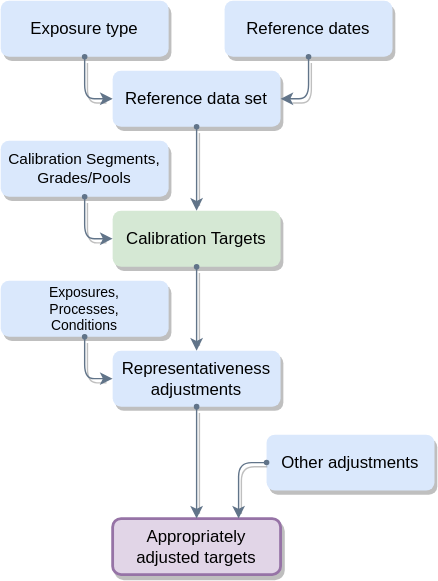
Before: docs/media/risk_quantification.drawio.svg, a diagram exported from draw.io (bergberg/eduquant-courses). Source tidied: cells renumbered, new cells last; positions are measured from the earlier drawing's top-left corner, leaving out a move shared by most shapes.
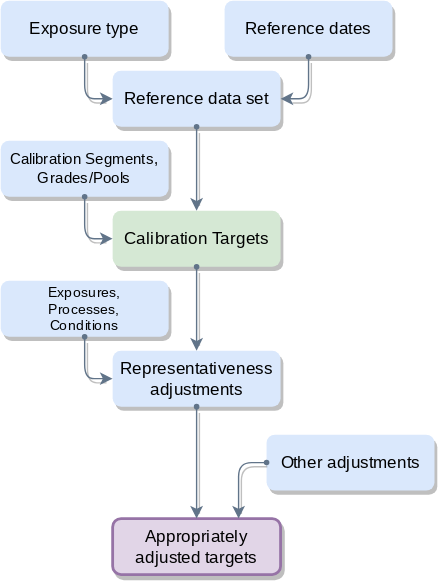
Above is the later version.

What changed in the source:
```diff
@@ -2,55 +2,55 @@
   <root>
     <mxCell id="0" />
     <mxCell id="1" parent="0" />
-    <mxCell id="2" value="Exposure type" style="whiteSpace=wrap;html=1;shadow=1;fontFamily=Helvetica;fontStyle=0;strokeColor=none;fillColor=#dae8fc;spacing=0;spacingTop=0;spacingLeft=4;spacingRight=4;rounded=1;glass=0;enumerate=0;imageHeight=24;" parent="1" vertex="1">
+    <mxCell id="2" value="Exposure type" style="whiteSpace=wrap;html=1;shadow=1;fontFamily=Open Sans;fontStyle=0;strokeColor=none;fillColor=#dae8fc;spacing=0;spacingTop=0;spacingLeft=4;spacingRight=4;rounded=1;glass=0;enumerate=0;imageHeight=24;fontSource=https%3A%2F%2Ffonts.googleapis.com%2Fcss%3Ffamily%3DOpen%2BSans;" parent="1" vertex="1">
       <mxGeometry width="120" height="40" as="geometry" />
     </mxCell>
-    <mxCell id="3" value="Reference dates" style="whiteSpace=wrap;html=1;shadow=1;fontFamily=Helvetica;fontStyle=0;strokeColor=none;fillColor=#dae8fc;spacing=0;spacingTop=0;spacingLeft=4;spacingRight=4;rounded=1;glass=0;enumerate=0;imageHeight=24;" parent="1" vertex="1">
+    <mxCell id="3" value="Reference dates" style="whiteSpace=wrap;html=1;shadow=1;fontFamily=Open Sans;fontStyle=0;strokeColor=none;fillColor=#dae8fc;spacing=0;spacingTop=0;spacingLeft=4;spacingRight=4;rounded=1;glass=0;enumerate=0;imageHeight=24;fontSource=https%3A%2F%2Ffonts.googleapis.com%2Fcss%3Ffamily%3DOpen%2BSans;" parent="1" vertex="1">
       <mxGeometry x="160" width="120" height="40" as="geometry" />
     </mxCell>
-    <mxCell id="4" value="Reference data set" style="whiteSpace=wrap;html=1;shadow=1;fontFamily=Helvetica;fontStyle=0;strokeColor=none;fillColor=#dae8fc;spacing=0;spacingTop=0;spacingLeft=4;spacingRight=4;rounded=1;glass=0;enumerate=0;imageHeight=24;" parent="1" vertex="1">
+    <mxCell id="4" value="Reference data set" style="whiteSpace=wrap;html=1;shadow=1;fontFamily=Open Sans;fontStyle=0;strokeColor=none;fillColor=#dae8fc;spacing=0;spacingTop=0;spacingLeft=4;spacingRight=4;rounded=1;glass=0;enumerate=0;imageHeight=24;fontSource=https%3A%2F%2Ffonts.googleapis.com%2Fcss%3Ffamily%3DOpen%2BSans;" parent="1" vertex="1">
       <mxGeometry x="80" y="50" width="120" height="40" as="geometry" />
     </mxCell>
-    <mxCell id="5" value="Representativeness adjustments" style="whiteSpace=wrap;html=1;shadow=1;fontFamily=Helvetica;fontStyle=0;strokeColor=none;fillColor=#dae8fc;spacing=0;spacingTop=0;spacingLeft=4;spacingRight=4;rounded=1;glass=0;enumerate=0;imageHeight=24;" parent="1" vertex="1">
+    <mxCell id="5" value="Representativeness adjustments" style="whiteSpace=wrap;html=1;shadow=1;fontFamily=Open Sans;fontStyle=0;strokeColor=none;fillColor=#dae8fc;spacing=0;spacingTop=0;spacingLeft=4;spacingRight=4;rounded=1;glass=0;enumerate=0;imageHeight=24;fontSource=https%3A%2F%2Ffonts.googleapis.com%2Fcss%3Ffamily%3DOpen%2BSans;" parent="1" vertex="1">
       <mxGeometry x="80" y="250" width="120" height="40" as="geometry" />
     </mxCell>
-    <mxCell id="6" value="Calibration Targets" style="whiteSpace=wrap;html=1;shadow=1;fontFamily=Helvetica;fontStyle=0;strokeColor=none;fillColor=#d5e8d4;spacing=0;spacingTop=0;spacingLeft=4;spacingRight=4;rounded=1;glass=0;enumerate=0;imageHeight=24;" parent="1" vertex="1">
+    <mxCell id="6" value="Calibration Targets" style="whiteSpace=wrap;html=1;shadow=1;fontFamily=Open Sans;fontStyle=0;strokeColor=none;fillColor=#d5e8d4;spacing=0;spacingTop=0;spacingLeft=4;spacingRight=4;rounded=1;glass=0;enumerate=0;imageHeight=24;fontSource=https%3A%2F%2Ffonts.googleapis.com%2Fcss%3Ffamily%3DOpen%2BSans;" parent="1" vertex="1">
       <mxGeometry x="80" y="150" width="120" height="40" as="geometry" />
     </mxCell>
-    <mxCell id="7" value="Appropriately adjusted targets" style="whiteSpace=wrap;html=1;shadow=1;fontFamily=Helvetica;fontStyle=0;strokeColor=#9673a6;fillColor=#e1d5e7;spacing=0;spacingTop=0;spacingLeft=4;spacingRight=4;rounded=1;glass=0;enumerate=0;imageHeight=24;strokeWidth=2;" parent="1" vertex="1">
+    <mxCell id="7" value="Appropriately adjusted targets" style="whiteSpace=wrap;html=1;shadow=1;fontFamily=Open Sans;fontStyle=0;strokeColor=#9673a6;fillColor=#e1d5e7;spacing=0;spacingTop=0;spacingLeft=4;spacingRight=4;rounded=1;glass=0;enumerate=0;imageHeight=24;strokeWidth=2;fontSource=https%3A%2F%2Ffonts.googleapis.com%2Fcss%3Ffamily%3DOpen%2BSans;" parent="1" vertex="1">
       <mxGeometry x="80" y="370" width="120" height="40" as="geometry" />
     </mxCell>
-    <mxCell id="8" value="Calibration Segments, Grades/Pools" style="whiteSpace=wrap;html=1;shadow=1;fontFamily=Helvetica;fontStyle=0;strokeColor=none;fillColor=#dae8fc;spacing=0;spacingTop=0;spacingLeft=4;spacingRight=4;rounded=1;glass=0;enumerate=0;imageHeight=24;fontSize=11;" parent="1" vertex="1">
+    <mxCell id="8" value="Calibration Segments, Grades/Pools" style="whiteSpace=wrap;html=1;shadow=1;fontFamily=Open Sans;fontStyle=0;strokeColor=none;fillColor=#dae8fc;spacing=0;spacingTop=0;spacingLeft=4;spacingRight=4;rounded=1;glass=0;enumerate=0;imageHeight=24;fontSize=11;fontSource=https%3A%2F%2Ffonts.googleapis.com%2Fcss%3Ffamily%3DOpen%2BSans;" parent="1" vertex="1">
       <mxGeometry y="100" width="120" height="40" as="geometry" />
     </mxCell>
-    <mxCell id="9" value="Exposures, Processes, Conditions" style="whiteSpace=wrap;html=1;shadow=1;fontFamily=Helvetica;fontStyle=0;strokeColor=none;fillColor=#dae8fc;spacing=9;spacingTop=0;spacingLeft=4;spacingRight=4;rounded=1;glass=0;enumerate=0;imageHeight=24;fontSize=10;" parent="1" vertex="1">
+    <mxCell id="9" value="Exposures, Processes, Conditions" style="whiteSpace=wrap;html=1;shadow=1;fontFamily=Open Sans;fontStyle=0;strokeColor=none;fillColor=#dae8fc;spacing=9;spacingTop=0;spacingLeft=4;spacingRight=4;rounded=1;glass=0;enumerate=0;imageHeight=24;fontSize=10;fontSource=https%3A%2F%2Ffonts.googleapis.com%2Fcss%3Ffamily%3DOpen%2BSans;" parent="1" vertex="1">
       <mxGeometry y="200" width="120" height="40" as="geometry" />
     </mxCell>
-    <mxCell id="10" value="Other adjustments" style="whiteSpace=wrap;html=1;shadow=1;fontFamily=Helvetica;fontStyle=0;strokeColor=none;fillColor=#dae8fc;spacing=0;spacingTop=0;spacingLeft=4;spacingRight=4;rounded=1;glass=0;enumerate=0;imageHeight=24;" parent="1" vertex="1">
+    <mxCell id="10" value="Other adjustments" style="whiteSpace=wrap;html=1;shadow=1;fontFamily=Open Sans;fontStyle=0;strokeColor=none;fillColor=#dae8fc;spacing=0;spacingTop=0;spacingLeft=4;spacingRight=4;rounded=1;glass=0;enumerate=0;imageHeight=24;fontSource=https%3A%2F%2Ffonts.googleapis.com%2Fcss%3Ffamily%3DOpen%2BSans;" parent="1" vertex="1">
       <mxGeometry x="190" y="310" width="120" height="40" as="geometry" />
     </mxCell>
-    <mxCell id="11" style="edgeStyle=orthogonalEdgeStyle;shape=connector;rounded=1;comic=0;html=1;entryX=0;entryY=0.5;entryDx=0;entryDy=0;shadow=1;labelBackgroundColor=none;fontFamily=Helvetica;fontSize=12;fontColor=none;startArrow=oval;startFill=1;endArrow=classic;endFill=1;startSize=3;strokeColor=#617489;strokeWidth=1;" parent="1" edge="1" source="2" target="4">
+    <mxCell id="11" style="edgeStyle=orthogonalEdgeStyle;shape=connector;rounded=1;comic=0;html=1;entryX=0;entryY=0.5;entryDx=0;entryDy=0;shadow=1;labelBackgroundColor=none;fontFamily=Open Sans;fontSize=12;fontColor=none;startArrow=oval;startFill=1;endArrow=classic;endFill=1;startSize=3;strokeColor=#617489;strokeWidth=1;fontSource=https%3A%2F%2Ffonts.googleapis.com%2Fcss%3Ffamily%3DOpen%2BSans;" parent="1" edge="1" source="2" target="4">
       <mxGeometry relative="1" as="geometry" />
     </mxCell>
-    <mxCell id="12" style="edgeStyle=orthogonalEdgeStyle;shape=connector;rounded=1;comic=0;html=1;entryX=1;entryY=0.5;entryDx=0;entryDy=0;shadow=1;labelBackgroundColor=none;fontFamily=Helvetica;fontSize=12;fontColor=none;startArrow=oval;startFill=1;endArrow=classic;endFill=1;startSize=3;strokeColor=#617489;strokeWidth=1;" parent="1" edge="1" source="3" target="4">
+    <mxCell id="12" style="edgeStyle=orthogonalEdgeStyle;shape=connector;rounded=1;comic=0;html=1;entryX=1;entryY=0.5;entryDx=0;entryDy=0;shadow=1;labelBackgroundColor=none;fontFamily=Open Sans;fontSize=12;fontColor=none;startArrow=oval;startFill=1;endArrow=classic;endFill=1;startSize=3;strokeColor=#617489;strokeWidth=1;fontSource=https%3A%2F%2Ffonts.googleapis.com%2Fcss%3Ffamily%3DOpen%2BSans;" parent="1" edge="1" source="3" target="4">
       <mxGeometry relative="1" as="geometry" />
     </mxCell>
-    <mxCell id="13" style="edgeStyle=orthogonalEdgeStyle;shape=connector;rounded=1;comic=0;html=1;shadow=1;labelBackgroundColor=none;fontFamily=Helvetica;fontSize=12;fontColor=none;startArrow=oval;startFill=1;endArrow=classic;endFill=1;startSize=3;strokeColor=#617489;strokeWidth=1;" parent="1" edge="1" source="5" target="7">
+    <mxCell id="13" style="edgeStyle=orthogonalEdgeStyle;shape=connector;rounded=1;comic=0;html=1;shadow=1;labelBackgroundColor=none;fontFamily=Open Sans;fontSize=12;fontColor=none;startArrow=oval;startFill=1;endArrow=classic;endFill=1;startSize=3;strokeColor=#617489;strokeWidth=1;fontSource=https%3A%2F%2Ffonts.googleapis.com%2Fcss%3Ffamily%3DOpen%2BSans;" parent="1" edge="1" source="5" target="7">
       <mxGeometry relative="1" as="geometry" />
     </mxCell>
-    <mxCell id="14" style="edgeStyle=orthogonalEdgeStyle;shape=connector;rounded=1;comic=0;html=1;shadow=1;labelBackgroundColor=none;fontFamily=Helvetica;fontSize=12;fontColor=none;startArrow=oval;startFill=1;endArrow=classic;endFill=1;startSize=3;strokeColor=#617489;strokeWidth=1;entryX=0;entryY=0.5;entryDx=0;entryDy=0;" parent="1" edge="1" source="9" target="5">
+    <mxCell id="14" style="edgeStyle=orthogonalEdgeStyle;shape=connector;rounded=1;comic=0;html=1;shadow=1;labelBackgroundColor=none;fontFamily=Open Sans;fontSize=12;fontColor=none;startArrow=oval;startFill=1;endArrow=classic;endFill=1;startSize=3;strokeColor=#617489;strokeWidth=1;entryX=0;entryY=0.5;entryDx=0;entryDy=0;fontSource=https%3A%2F%2Ffonts.googleapis.com%2Fcss%3Ffamily%3DOpen%2BSans;" parent="1" edge="1" source="9" target="5">
       <mxGeometry relative="1" as="geometry" />
     </mxCell>
-    <mxCell id="15" style="edgeStyle=orthogonalEdgeStyle;shape=connector;rounded=1;comic=0;html=1;shadow=1;labelBackgroundColor=none;fontFamily=Helvetica;fontSize=12;fontColor=none;startArrow=oval;startFill=1;endArrow=classic;endFill=1;startSize=3;strokeColor=#617489;strokeWidth=1;" parent="1" edge="1" source="6" target="5">
+    <mxCell id="15" style="edgeStyle=orthogonalEdgeStyle;shape=connector;rounded=1;comic=0;html=1;shadow=1;labelBackgroundColor=none;fontFamily=Open Sans;fontSize=12;fontColor=none;startArrow=oval;startFill=1;endArrow=classic;endFill=1;startSize=3;strokeColor=#617489;strokeWidth=1;fontSource=https%3A%2F%2Ffonts.googleapis.com%2Fcss%3Ffamily%3DOpen%2BSans;" parent="1" edge="1" source="6" target="5">
       <mxGeometry relative="1" as="geometry" />
     </mxCell>
-    <mxCell id="16" style="edgeStyle=orthogonalEdgeStyle;shape=connector;rounded=1;comic=0;html=1;shadow=1;labelBackgroundColor=none;fontFamily=Helvetica;fontSize=12;fontColor=none;startArrow=oval;startFill=1;endArrow=classic;endFill=1;startSize=3;strokeColor=#617489;strokeWidth=1;entryX=0;entryY=0.5;entryDx=0;entryDy=0;" parent="1" edge="1" source="8" target="6">
+    <mxCell id="16" style="edgeStyle=orthogonalEdgeStyle;shape=connector;rounded=1;comic=0;html=1;shadow=1;labelBackgroundColor=none;fontFamily=Open Sans;fontSize=12;fontColor=none;startArrow=oval;startFill=1;endArrow=classic;endFill=1;startSize=3;strokeColor=#617489;strokeWidth=1;entryX=0;entryY=0.5;entryDx=0;entryDy=0;fontSource=https%3A%2F%2Ffonts.googleapis.com%2Fcss%3Ffamily%3DOpen%2BSans;" parent="1" edge="1" source="8" target="6">
       <mxGeometry relative="1" as="geometry" />
     </mxCell>
-    <mxCell id="17" style="edgeStyle=none;html=1;fontFamily=Helvetica;labelBackgroundColor=none;fontSize=12;strokeColor=#617489;fontColor=none;comic=0;shadow=1;startArrow=oval;startFill=1;endFill=1;startSize=3;strokeWidth=1;" parent="1" edge="1" source="4" target="6">
+    <mxCell id="17" style="edgeStyle=none;html=1;fontFamily=Open Sans;labelBackgroundColor=none;fontSize=12;strokeColor=#617489;fontColor=none;comic=0;shadow=1;startArrow=oval;startFill=1;endFill=1;startSize=3;strokeWidth=1;fontSource=https%3A%2F%2Ffonts.googleapis.com%2Fcss%3Ffamily%3DOpen%2BSans;" parent="1" edge="1" source="4" target="6">
       <mxGeometry relative="1" as="geometry" />
     </mxCell>
-    <mxCell id="18" style="edgeStyle=orthogonalEdgeStyle;shape=connector;rounded=1;comic=0;html=1;shadow=1;labelBackgroundColor=none;fontFamily=Helvetica;fontSize=12;fontColor=none;startArrow=oval;startFill=1;endArrow=classic;endFill=1;startSize=3;strokeColor=#617489;strokeWidth=1;entryX=0.75;entryY=0;entryDx=0;entryDy=0;exitX=0;exitY=0.5;exitDx=0;exitDy=0;" parent="1" edge="1" source="10" target="7">
+    <mxCell id="18" style="edgeStyle=orthogonalEdgeStyle;shape=connector;rounded=1;comic=0;html=1;shadow=1;labelBackgroundColor=none;fontFamily=Open Sans;fontSize=12;fontColor=none;startArrow=oval;startFill=1;endArrow=classic;endFill=1;startSize=3;strokeColor=#617489;strokeWidth=1;entryX=0.75;entryY=0;entryDx=0;entryDy=0;exitX=0;exitY=0.5;exitDx=0;exitDy=0;fontSource=https%3A%2F%2Ffonts.googleapis.com%2Fcss%3Ffamily%3DOpen%2BSans;" parent="1" edge="1" source="10" target="7">
       <mxGeometry relative="1" as="geometry" />
     </mxCell>
   </root>
```
